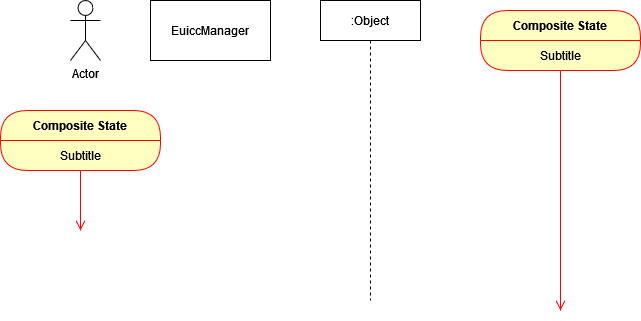
Before: AddContactToFdnList.drawio.png, a diagram exported from draw.io (Bkingreturn/PicGallery). Source tidied: cells renumbered, new cells last; positions are measured from the earlier drawing's top-left corner, leaving out a move shared by most shapes.
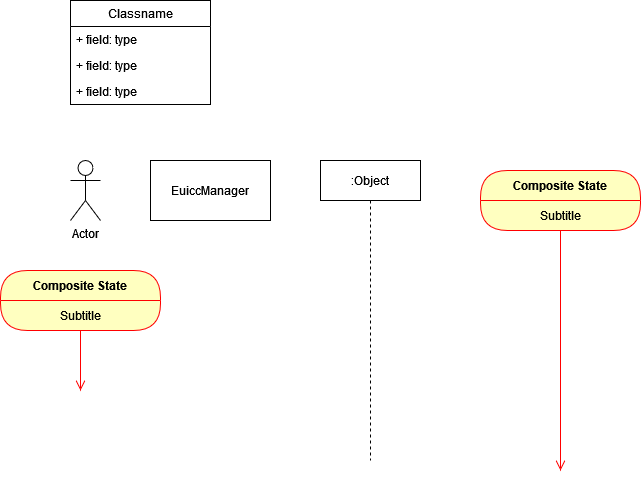
After the change.

What changed in the source:
```diff
@@ -33,5 +33,17 @@
         <mxPoint x="80" y="230" as="targetPoint" />
       </mxGeometry>
     </mxCell>
+    <mxCell id="11" value="Classname" style="swimlane;fontStyle=0;horizontal=1;startSize=26;fillColor=none;whiteSpace=wrap;html=1;" parent="1" vertex="1">
+      <mxGeometry x="70" y="-160" width="140" height="104" as="geometry" />
+    </mxCell>
+    <mxCell id="12" value="+ field: type" style="text;strokeColor=none;fillColor=none;align=left;verticalAlign=top;spacingLeft=4;spacingRight=4;overflow=hidden;whiteSpace=wrap;html=1;" parent="11" vertex="1">
+      <mxGeometry y="26" width="140" height="26" as="geometry" />
+    </mxCell>
+    <mxCell id="13" value="+ field: type" style="text;strokeColor=none;fillColor=none;align=left;verticalAlign=top;spacingLeft=4;spacingRight=4;overflow=hidden;whiteSpace=wrap;html=1;" parent="11" vertex="1">
+      <mxGeometry y="52" width="140" height="26" as="geometry" />
+    </mxCell>
+    <mxCell id="14" value="+ field: type" style="text;strokeColor=none;fillColor=none;align=left;verticalAlign=top;spacingLeft=4;spacingRight=4;overflow=hidden;whiteSpace=wrap;html=1;" parent="11" vertex="1">
+      <mxGeometry y="78" width="140" height="26" as="geometry" />
+    </mxCell>
   </root>
 </mxGraphModel>
```
